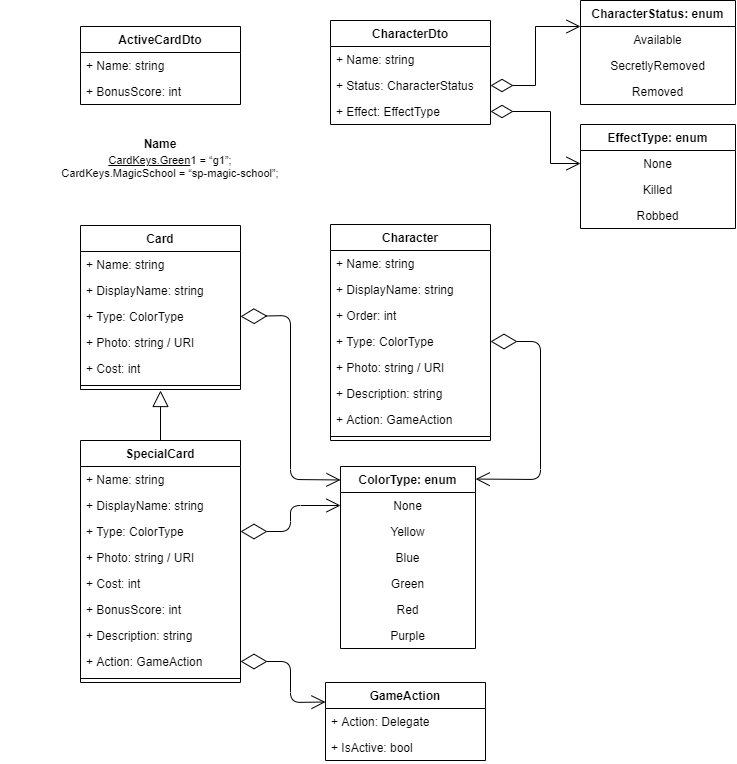
The draw.io diagram docs/UML-diagram.png in AntonArtomovNM/KCAA, before a commit. Source tidied: cells renumbered, new cells last; positions are measured from the earlier drawing's top-left corner, leaving out a move shared by most shapes.
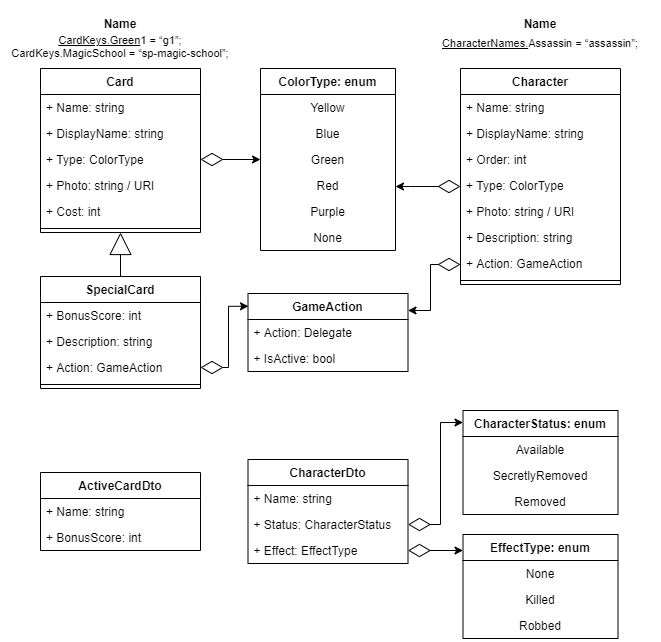
The same diagram one commit later.

What changed in the source:
```diff
@@ -2,43 +2,23 @@
   <root>
     <mxCell id="0" />
     <mxCell id="1" parent="0" />
-    <mxCell id="2" style="edgeStyle=none;curved=1;rounded=0;jettySize=auto;html=1;exitX=0.5;exitY=0;exitDx=0;exitDy=0;fontSize=12;endArrow=block;startSize=14;endSize=14;sourcePerimeterSpacing=8;targetPerimeterSpacing=8;endFill=0;" parent="1" edge="1" source="3">
-      <mxGeometry relative="1" as="geometry">
-        <mxPoint x="160" y="390" as="targetPoint" />
-      </mxGeometry>
-    </mxCell>
     <mxCell id="3" value="SpecialCard" style="swimlane;fontStyle=1;align=center;verticalAlign=top;horizontal=1;startSize=26;hachureGap=4;" parent="1" vertex="1">
-      <mxGeometry x="80" y="440" width="160" height="242" as="geometry" />
+      <mxGeometry x="60" y="436" width="160" height="112" as="geometry" />
     </mxCell>
-    <mxCell id="4" value="+ Name: string" style="text;strokeColor=none;fillColor=none;align=left;verticalAlign=top;spacingLeft=4;spacingRight=4;overflow=hidden;" parent="3" vertex="1">
-      <mxGeometry y="26" width="160" height="26" as="geometry" />
-    </mxCell>
-    <mxCell id="5" value="+ DisplayName: string" style="text;strokeColor=none;fillColor=none;align=left;verticalAlign=top;spacingLeft=4;spacingRight=4;overflow=hidden;" parent="3" vertex="1">
-      <mxGeometry y="52" width="160" height="26" as="geometry" />
-    </mxCell>
-    <mxCell id="6" value="+ Type: ColorType" style="text;strokeColor=none;fillColor=none;align=left;verticalAlign=top;spacingLeft=4;spacingRight=4;overflow=hidden;points=[[0,0.5],[1,0.5]];portConstraint=eastwest;" parent="3" vertex="1">
-      <mxGeometry y="78" width="160" height="26" as="geometry" />
-    </mxCell>
-    <mxCell id="7" value="+ Photo: string / URI" style="text;strokeColor=none;fillColor=none;align=left;verticalAlign=top;spacingLeft=4;spacingRight=4;overflow=hidden;" parent="3" vertex="1">
-      <mxGeometry y="104" width="160" height="26" as="geometry" />
-    </mxCell>
-    <mxCell id="8" value="+ Cost: int" style="text;strokeColor=none;fillColor=none;align=left;verticalAlign=top;spacingLeft=4;spacingRight=4;overflow=hidden;" parent="3" vertex="1">
-      <mxGeometry y="130" width="160" height="26" as="geometry" />
-    </mxCell>
     <mxCell id="9" value="+ BonusScore: int" style="text;strokeColor=none;fillColor=none;align=left;verticalAlign=top;spacingLeft=4;spacingRight=4;overflow=hidden;" parent="3" vertex="1">
-      <mxGeometry y="156" width="160" height="26" as="geometry" />
+      <mxGeometry y="26" width="160" height="26" as="geometry" />
     </mxCell>
     <mxCell id="10" value="+ Description: string" style="text;strokeColor=none;fillColor=none;align=left;verticalAlign=top;spacingLeft=4;spacingRight=4;overflow=hidden;" parent="3" vertex="1">
-      <mxGeometry y="182" width="160" height="26" as="geometry" />
+      <mxGeometry y="52" width="160" height="26" as="geometry" />
     </mxCell>
     <mxCell id="11" value="+ Action: GameAction" style="text;strokeColor=none;fillColor=none;align=left;verticalAlign=top;spacingLeft=4;spacingRight=4;overflow=hidden;points=[[0,0.5],[1,0.5]];portConstraint=eastwest;" parent="3" vertex="1">
-      <mxGeometry y="208" width="160" height="26" as="geometry" />
+      <mxGeometry y="78" width="160" height="26" as="geometry" />
     </mxCell>
     <mxCell id="12" style="line;strokeWidth=1;fillColor=none;align=left;verticalAlign=middle;spacingTop=-1;spacingLeft=3;spacingRight=3;labelPosition=right;hachureGap=4;labelBackgroundColor=none;fontSize=12;html=0;" parent="3" vertex="1">
-      <mxGeometry y="234" width="160" height="8" as="geometry" />
+      <mxGeometry y="104" width="160" height="8" as="geometry" />
     </mxCell>
     <mxCell id="13" value="Character" style="swimlane;fontStyle=1;align=center;verticalAlign=top;horizontal=1;startSize=26;hachureGap=4;" parent="1" vertex="1">
-      <mxGeometry x="330" y="224" width="160" height="216" as="geometry" />
+      <mxGeometry x="480" y="228" width="160" height="216" as="geometry" />
     </mxCell>
     <mxCell id="14" value="+ Name: string" style="text;strokeColor=none;fillColor=none;align=left;verticalAlign=top;spacingLeft=4;spacingRight=4;overflow=hidden;" parent="13" vertex="1">
       <mxGeometry y="26" width="160" height="26" as="geometry" />
@@ -65,52 +45,31 @@
       <mxGeometry y="208" width="160" height="8" as="geometry" />
     </mxCell>
     <mxCell id="22" value="ColorType: enum" style="swimlane;fontStyle=1;align=center;verticalAlign=top;horizontal=1;startSize=26;hachureGap=4;labelBackgroundColor=none;fontSize=12;fillColor=none;html=0;" parent="1" vertex="1">
-      <mxGeometry x="340" y="466" width="135" height="182" as="geometry" />
+      <mxGeometry x="280" y="228" width="135" height="182" as="geometry" />
     </mxCell>
-    <mxCell id="23" value="None" style="text;strokeColor=none;fillColor=none;align=center;verticalAlign=top;spacingLeft=4;spacingRight=4;overflow=hidden;points=[[0,0.5],[1,0.5]];portConstraint=eastwest;hachureGap=4;labelBackgroundColor=none;fontSize=12;html=0;" parent="22" vertex="1">
-      <mxGeometry y="26" width="135" height="26" as="geometry" />
-    </mxCell>
     <mxCell id="24" value="Yellow" style="text;strokeColor=none;fillColor=none;align=center;verticalAlign=top;spacingLeft=4;spacingRight=4;overflow=hidden;hachureGap=4;labelBackgroundColor=none;fontSize=12;html=0;" parent="22" vertex="1">
-      <mxGeometry y="52" width="135" height="26" as="geometry" />
+      <mxGeometry y="26" width="135" height="26" as="geometry" />
     </mxCell>
     <mxCell id="25" value="Blue" style="text;strokeColor=none;fillColor=none;align=center;verticalAlign=top;spacingLeft=4;spacingRight=4;overflow=hidden;hachureGap=4;labelBackgroundColor=none;fontSize=12;html=0;" parent="22" vertex="1">
-      <mxGeometry y="78" width="135" height="26" as="geometry" />
+      <mxGeometry y="52" width="135" height="26" as="geometry" />
     </mxCell>
     <mxCell id="26" value="Green" style="text;strokeColor=none;fillColor=none;align=center;verticalAlign=top;spacingLeft=4;spacingRight=4;overflow=hidden;hachureGap=4;labelBackgroundColor=none;fontSize=12;html=0;" parent="22" vertex="1">
-      <mxGeometry y="104" width="135" height="26" as="geometry" />
+      <mxGeometry y="78" width="135" height="26" as="geometry" />
     </mxCell>
     <mxCell id="27" value="Red" style="text;strokeColor=none;fillColor=none;align=center;verticalAlign=top;spacingLeft=4;spacingRight=4;overflow=hidden;hachureGap=4;labelBackgroundColor=none;fontSize=12;html=0;" parent="22" vertex="1">
-      <mxGeometry y="130" width="135" height="26" as="geometry" />
+      <mxGeometry y="104" width="135" height="26" as="geometry" />
     </mxCell>
     <mxCell id="28" value="Purple" style="text;strokeColor=none;fillColor=none;align=center;verticalAlign=top;spacingLeft=4;spacingRight=4;overflow=hidden;hachureGap=4;labelBackgroundColor=none;fontSize=12;html=0;" parent="22" vertex="1">
-      <mxGeometry y="156" width="135" height="26" as="geometry" />
+      <mxGeometry y="130" width="135" height="26" as="geometry" />
     </mxCell>
-    <mxCell id="29" style="endArrow=open;endFill=0;endSize=12;html=1;sourcePerimeterSpacing=8;targetPerimeterSpacing=8;fontSize=12;exitX=1;exitY=0.5;exitDx=0;exitDy=0;entryX=0;entryY=0.074;entryDx=0;entryDy=0;entryPerimeter=0;startArrow=diamondThin;startFill=0;startSize=24;" parent="1" edge="1" source="35" target="22">
-      <mxGeometry relative="1" as="geometry">
-        <Array as="points">
-          <mxPoint x="290" y="315" />
-          <mxPoint x="290" y="479" />
-        </Array>
-      </mxGeometry>
-    </mxCell>
-    <mxCell id="30" style="endArrow=open;endFill=0;endSize=12;html=1;sourcePerimeterSpacing=8;targetPerimeterSpacing=8;fontSize=12;exitX=1;exitY=0.5;exitDx=0;exitDy=0;entryX=0;entryY=0.5;entryDx=0;entryDy=0;startArrow=diamondThin;startFill=0;startSize=24;" parent="1" edge="1" source="6" target="23">
-      <mxGeometry relative="1" as="geometry">
-        <Array as="points">
-          <mxPoint x="290" y="531" />
-          <mxPoint x="290" y="505" />
-        </Array>
-      </mxGeometry>
-    </mxCell>
-    <mxCell id="31" style="endArrow=open;endFill=0;endSize=12;html=1;sourcePerimeterSpacing=8;targetPerimeterSpacing=8;fontSize=12;exitX=1;exitY=0.5;exitDx=0;exitDy=0;entryX=1.001;entryY=0.069;entryDx=0;entryDy=0;startArrow=diamondThin;startFill=0;startSize=24;entryPerimeter=0;" parent="1" edge="1" source="17" target="22">
-      <mxGeometry relative="1" as="geometry">
-        <Array as="points">
-          <mxPoint x="540" y="341" />
-          <mxPoint x="540" y="479" />
-        </Array>
-      </mxGeometry>
-    </mxCell>
+    <mxCell id="23" value="None" style="text;strokeColor=none;fillColor=none;align=center;verticalAlign=top;spacingLeft=4;spacingRight=4;overflow=hidden;points=[[0,0.5],[1,0.5]];portConstraint=eastwest;hachureGap=4;labelBackgroundColor=none;fontSize=12;html=0;" parent="22" vertex="1">
+      <mxGeometry y="156" width="135" height="26" as="geometry" />
+    </mxCell>
+    <mxCell id="62" style="edgeStyle=orthogonalEdgeStyle;rounded=0;jettySize=auto;html=1;startArrow=block;startFill=0;startSize=20;endSize=6;endArrow=none;endFill=0;" parent="1" edge="1" source="32" target="3">
+      <mxGeometry relative="1" as="geometry" />
+    </mxCell>
     <mxCell id="32" value="Card" style="swimlane;fontStyle=1;align=center;verticalAlign=top;horizontal=1;startSize=26;hachureGap=4;" parent="1" vertex="1">
-      <mxGeometry x="80" y="225" width="160" height="164" as="geometry" />
+      <mxGeometry x="60" y="228" width="160" height="164" as="geometry" />
     </mxCell>
     <mxCell id="33" value="+ Name: string" style="text;strokeColor=none;fillColor=none;align=left;verticalAlign=top;spacingLeft=4;spacingRight=4;overflow=hidden;" parent="32" vertex="1">
       <mxGeometry y="26" width="160" height="26" as="geometry" />
@@ -130,14 +89,8 @@
     <mxCell id="38" style="line;strokeWidth=1;fillColor=none;align=left;verticalAlign=middle;spacingTop=-1;spacingLeft=3;spacingRight=3;labelPosition=right;hachureGap=4;labelBackgroundColor=none;fontSize=12;html=0;" parent="32" vertex="1">
       <mxGeometry y="156" width="160" height="8" as="geometry" />
     </mxCell>
-    <mxCell id="39" value="&#10;&#10;&lt;a class=&quot;anchor-url&quot; href=&quot;https://cardkeys.green/&quot; target=&quot;_blank&quot; style=&quot;box-sizing: inherit ; text-decoration: underline ; font-size: 11px ; font-style: normal ; font-weight: 400 ; letter-spacing: normal ; text-indent: 0px ; text-transform: none ; word-spacing: 0px&quot;&gt;CardKeys.Green&lt;/a&gt;&lt;span style=&quot;font-size: 11px ; font-style: normal ; font-weight: 400 ; letter-spacing: normal ; text-indent: 0px ; text-transform: none ; word-spacing: 0px ; display: inline ; float: none&quot;&gt;1 = “g1”;&#10;CardKeys.MagicSchool = “sp-magic-school”;&lt;/span&gt;&#10;&#10;" style="text;html=1;strokeColor=none;fillColor=none;align=center;verticalAlign=middle;whiteSpace=wrap;rounded=0;hachureGap=4;fontSize=11;fontColor=#000000;labelBackgroundColor=none;" parent="1" vertex="1">
-      <mxGeometry y="156" width="340" height="20" as="geometry" />
-    </mxCell>
-    <mxCell id="40" value="Name" style="text;strokeColor=none;fillColor=none;align=center;verticalAlign=top;spacingLeft=4;spacingRight=4;overflow=hidden;fontStyle=1;" parent="1" vertex="1">
-      <mxGeometry x="90" y="130" width="140" height="26" as="geometry" />
-    </mxCell>
     <mxCell id="41" value="GameAction" style="swimlane;fontStyle=1;align=center;verticalAlign=top;horizontal=1;startSize=26;" parent="1" vertex="1">
-      <mxGeometry x="325" y="682" width="160" height="78" as="geometry" />
+      <mxGeometry x="267.5" y="453" width="160" height="78" as="geometry" />
     </mxCell>
     <mxCell id="42" value="+ Action: Delegate" style="text;strokeColor=none;fillColor=none;align=left;verticalAlign=top;spacingLeft=4;spacingRight=4;overflow=hidden;" parent="41" vertex="1">
       <mxGeometry y="26" width="160" height="26" as="geometry" />
@@ -145,16 +98,8 @@
     <mxCell id="43" value="+ IsActive: bool" style="text;strokeColor=none;fillColor=none;align=left;verticalAlign=top;spacingLeft=4;spacingRight=4;overflow=hidden;" parent="41" vertex="1">
       <mxGeometry y="52" width="160" height="26" as="geometry" />
     </mxCell>
-    <mxCell id="44" style="endArrow=open;endFill=0;endSize=12;html=1;sourcePerimeterSpacing=8;targetPerimeterSpacing=8;fontSize=12;exitX=1;exitY=0.5;exitDx=0;exitDy=0;entryX=0;entryY=0.25;entryDx=0;entryDy=0;startArrow=diamondThin;startFill=0;startSize=24;" parent="1" edge="1" source="11" target="41">
-      <mxGeometry relative="1" as="geometry">
-        <Array as="points">
-          <mxPoint x="290" y="661" />
-          <mxPoint x="290" y="702" />
-        </Array>
-      </mxGeometry>
-    </mxCell>
     <mxCell id="45" value="ActiveCardDto" style="swimlane;fontStyle=1;align=center;verticalAlign=top;horizontal=1;startSize=26;" parent="1" vertex="1">
-      <mxGeometry x="80" y="26" width="160" height="78" as="geometry" />
+      <mxGeometry x="60" y="632" width="160" height="78" as="geometry" />
     </mxCell>
     <mxCell id="46" value="+ Name: string" style="text;strokeColor=none;fillColor=none;align=left;verticalAlign=top;spacingLeft=4;spacingRight=4;overflow=hidden;" parent="45" vertex="1">
       <mxGeometry y="26" width="160" height="26" as="geometry" />
@@ -163,7 +108,7 @@
       <mxGeometry y="52" width="160" height="26" as="geometry" />
     </mxCell>
     <mxCell id="48" value="CharacterDto" style="swimlane;fontStyle=1;align=center;verticalAlign=top;horizontal=1;startSize=26;" parent="1" vertex="1">
-      <mxGeometry x="330" y="20" width="160" height="104" as="geometry" />
+      <mxGeometry x="267.5" y="619" width="160" height="104" as="geometry" />
     </mxCell>
     <mxCell id="49" value="+ Name: string" style="text;strokeColor=none;fillColor=none;align=left;verticalAlign=top;spacingLeft=4;spacingRight=4;overflow=hidden;" parent="48" vertex="1">
       <mxGeometry y="26" width="160" height="26" as="geometry" />
@@ -175,7 +120,7 @@
       <mxGeometry y="78" width="160" height="26" as="geometry" />
     </mxCell>
     <mxCell id="52" value="CharacterStatus: enum" style="swimlane;fontStyle=1;align=center;verticalAlign=top;horizontal=1;startSize=26;hachureGap=4;labelBackgroundColor=none;fontSize=12;fillColor=none;html=0;" parent="1" vertex="1">
-      <mxGeometry x="580" width="155" height="104" as="geometry" />
+      <mxGeometry x="482.5" y="570" width="155" height="104" as="geometry" />
     </mxCell>
     <mxCell id="53" value="Available" style="text;strokeColor=none;fillColor=none;align=center;verticalAlign=top;spacingLeft=4;spacingRight=4;overflow=hidden;hachureGap=4;labelBackgroundColor=none;fontSize=12;html=0;" parent="52" vertex="1">
       <mxGeometry y="26" width="155" height="26" as="geometry" />
@@ -186,11 +131,8 @@
     <mxCell id="55" value="Removed" style="text;strokeColor=none;fillColor=none;align=center;verticalAlign=top;spacingLeft=4;spacingRight=4;overflow=hidden;hachureGap=4;labelBackgroundColor=none;fontSize=12;html=0;" parent="52" vertex="1">
       <mxGeometry y="78" width="155" height="26" as="geometry" />
     </mxCell>
-    <mxCell id="56" style="edgeStyle=orthogonalEdgeStyle;rounded=0;jettySize=auto;html=1;exitX=1;exitY=0.5;exitDx=0;exitDy=0;entryX=0;entryY=0.25;entryDx=0;entryDy=0;startArrow=diamondThin;startFill=0;endSize=12;startSize=20;endArrow=open;endFill=0;" parent="1" edge="1" source="50" target="52">
-      <mxGeometry relative="1" as="geometry" />
-    </mxCell>
     <mxCell id="57" value="EffectType: enum" style="swimlane;fontStyle=1;align=center;verticalAlign=top;horizontal=1;startSize=26;hachureGap=4;labelBackgroundColor=none;fontSize=12;fillColor=none;html=0;" parent="1" vertex="1">
-      <mxGeometry x="580" y="124" width="155" height="104" as="geometry" />
+      <mxGeometry x="482.5" y="694" width="155" height="104" as="geometry" />
     </mxCell>
     <mxCell id="58" value="None" style="text;strokeColor=none;fillColor=none;align=center;verticalAlign=top;spacingLeft=4;spacingRight=4;overflow=hidden;points=[[0,0.5],[1,0.5]];portConstraint=eastwest;hachureGap=4;labelBackgroundColor=none;fontSize=12;html=0;" parent="57" vertex="1">
       <mxGeometry y="26" width="155" height="26" as="geometry" />
@@ -201,13 +143,71 @@
     <mxCell id="60" value="Robbed" style="text;strokeColor=none;fillColor=none;align=center;verticalAlign=top;spacingLeft=4;spacingRight=4;overflow=hidden;hachureGap=4;labelBackgroundColor=none;fontSize=12;html=0;" parent="57" vertex="1">
       <mxGeometry y="78" width="155" height="26" as="geometry" />
     </mxCell>
-    <mxCell id="61" style="edgeStyle=orthogonalEdgeStyle;rounded=0;jettySize=auto;html=1;exitX=1;exitY=0.5;exitDx=0;exitDy=0;startArrow=diamondThin;startFill=0;endSize=12;startSize=20;endArrow=open;endFill=0;" parent="1" edge="1" source="51" target="58">
-      <mxGeometry relative="1" as="geometry">
-        <Array as="points">
-          <mxPoint x="550" y="111" />
-          <mxPoint x="550" y="163" />
-        </Array>
-      </mxGeometry>
-    </mxCell>
+    <mxCell id="29" style="edgeStyle=orthogonalEdgeStyle;rounded=0;jettySize=auto;html=1;startArrow=diamondThin;startFill=0;endSize=6;startSize=20;" parent="1" edge="1" source="35" target="22">
+      <mxGeometry relative="1" as="geometry">
+        <Array as="points">
+          <mxPoint x="280" y="319" />
+          <mxPoint x="280" y="319" />
+        </Array>
+      </mxGeometry>
+    </mxCell>
+    <mxCell id="31" style="edgeStyle=orthogonalEdgeStyle;rounded=0;jettySize=auto;html=1;startArrow=diamondThin;startFill=0;startSize=20;endSize=6;" parent="1" edge="1" source="17" target="22">
+      <mxGeometry relative="1" as="geometry">
+        <Array as="points">
+          <mxPoint x="430" y="346" />
+          <mxPoint x="430" y="346" />
+        </Array>
+      </mxGeometry>
+    </mxCell>
+    <mxCell id="44" style="edgeStyle=orthogonalEdgeStyle;rounded=0;jettySize=auto;html=1;startArrow=diamondThin;startFill=0;endArrow=classic;endFill=1;startSize=20;endSize=6;entryX=0.003;entryY=0.164;entryDx=0;entryDy=0;entryPerimeter=0;exitX=1;exitY=0.5;exitDx=0;exitDy=0;" parent="1" edge="1" source="11" target="41">
+      <mxGeometry relative="1" as="geometry">
+        <Array as="points">
+          <mxPoint x="248" y="527" />
+          <mxPoint x="248" y="466" />
+        </Array>
+      </mxGeometry>
+    </mxCell>
+    <mxCell id="63" style="edgeStyle=orthogonalEdgeStyle;rounded=0;jettySize=auto;html=1;startArrow=diamondThin;startFill=0;endArrow=classic;endFill=1;startSize=20;endSize=6;" parent="1" edge="1" source="20" target="41">
+      <mxGeometry relative="1" as="geometry">
+        <Array as="points">
+          <mxPoint x="450" y="424" />
+          <mxPoint x="450" y="470" />
+        </Array>
+      </mxGeometry>
+    </mxCell>
+    <mxCell id="56" style="edgeStyle=orthogonalEdgeStyle;rounded=0;jettySize=auto;html=1;startArrow=diamondThin;startFill=0;endArrow=classic;endFill=1;startSize=20;endSize=6;exitX=1;exitY=0.5;exitDx=0;exitDy=0;" parent="1" edge="1" source="50" target="52">
+      <mxGeometry relative="1" as="geometry">
+        <Array as="points">
+          <mxPoint x="460" y="684" />
+          <mxPoint x="460" y="582" />
+        </Array>
+      </mxGeometry>
+    </mxCell>
+    <mxCell id="64" style="edgeStyle=orthogonalEdgeStyle;rounded=0;jettySize=auto;html=1;startArrow=diamondThin;startFill=0;endArrow=classic;endFill=1;startSize=20;endSize=6;exitX=1;exitY=0.5;exitDx=0;exitDy=0;" parent="1" edge="1" source="51" target="57">
+      <mxGeometry relative="1" as="geometry">
+        <Array as="points">
+          <mxPoint x="520" y="710" />
+          <mxPoint x="520" y="710" />
+        </Array>
+      </mxGeometry>
+    </mxCell>
+    <mxCell id="65" style="group;" parent="1" vertex="1">
+      <mxGeometry x="20" y="170" width="240" height="46" as="geometry" />
+    </mxCell>
+    <mxCell id="39" value="&#10;&#10;&lt;a class=&quot;anchor-url&quot; href=&quot;https://cardkeys.green/&quot; target=&quot;_blank&quot; style=&quot;box-sizing: inherit ; text-decoration: underline ; font-size: 11px ; font-style: normal ; font-weight: 400 ; letter-spacing: normal ; text-indent: 0px ; text-transform: none ; word-spacing: 0px&quot;&gt;CardKeys.Green&lt;/a&gt;&lt;span style=&quot;font-size: 11px ; font-style: normal ; font-weight: 400 ; letter-spacing: normal ; text-indent: 0px ; text-transform: none ; word-spacing: 0px ; display: inline ; float: none&quot;&gt;1 = “g1”;&#10;CardKeys.MagicSchool = “sp-magic-school”;&lt;/span&gt;&#10;&#10;" style="text;html=1;strokeColor=none;fillColor=none;align=center;verticalAlign=middle;whiteSpace=wrap;rounded=0;hachureGap=4;fontSize=11;fontColor=#000000;labelBackgroundColor=none;" parent="65" vertex="1">
+      <mxGeometry y="26" width="240" height="20" as="geometry" />
+    </mxCell>
+    <mxCell id="40" value="Name" style="text;strokeColor=none;fillColor=none;align=center;verticalAlign=top;spacingLeft=4;spacingRight=4;overflow=hidden;fontStyle=1;" parent="65" vertex="1">
+      <mxGeometry x="70.6" width="98.8" height="26" as="geometry" />
+    </mxCell>
+    <mxCell id="66" style="group;" parent="1" vertex="1">
+      <mxGeometry x="440" y="160" width="240" height="46" as="geometry" />
+    </mxCell>
+    <mxCell id="67" value="&lt;br&gt;&lt;br&gt;&lt;a class=&quot;anchor-url&quot; href=&quot;https://cardkeys.green/&quot; target=&quot;_blank&quot; style=&quot;box-sizing: inherit ; text-decoration: underline ; font-size: 11px ; font-style: normal ; font-weight: 400 ; letter-spacing: normal ; text-indent: 0px ; text-transform: none ; word-spacing: 0px&quot;&gt;CharacterNames.&lt;/a&gt;Assassin&lt;span style=&quot;font-size: 11px ; font-style: normal ; font-weight: 400 ; letter-spacing: normal ; text-indent: 0px ; text-transform: none ; word-spacing: 0px ; display: inline ; float: none&quot;&gt;&amp;nbsp;= “assassin”;&lt;br&gt;&lt;/span&gt;&lt;br&gt;" style="text;html=1;strokeColor=none;fillColor=none;align=center;verticalAlign=middle;whiteSpace=wrap;rounded=0;hachureGap=4;fontSize=11;fontColor=#000000;labelBackgroundColor=none;" parent="66" vertex="1">
+      <mxGeometry y="26" width="240" height="20" as="geometry" />
+    </mxCell>
+    <mxCell id="68" value="Name" style="text;strokeColor=none;fillColor=none;align=center;verticalAlign=top;spacingLeft=4;spacingRight=4;overflow=hidden;fontStyle=1;" parent="66" vertex="1">
+      <mxGeometry x="70.6" y="10" width="98.8" height="26" as="geometry" />
+    </mxCell>
   </root>
 </mxGraphModel>
```
